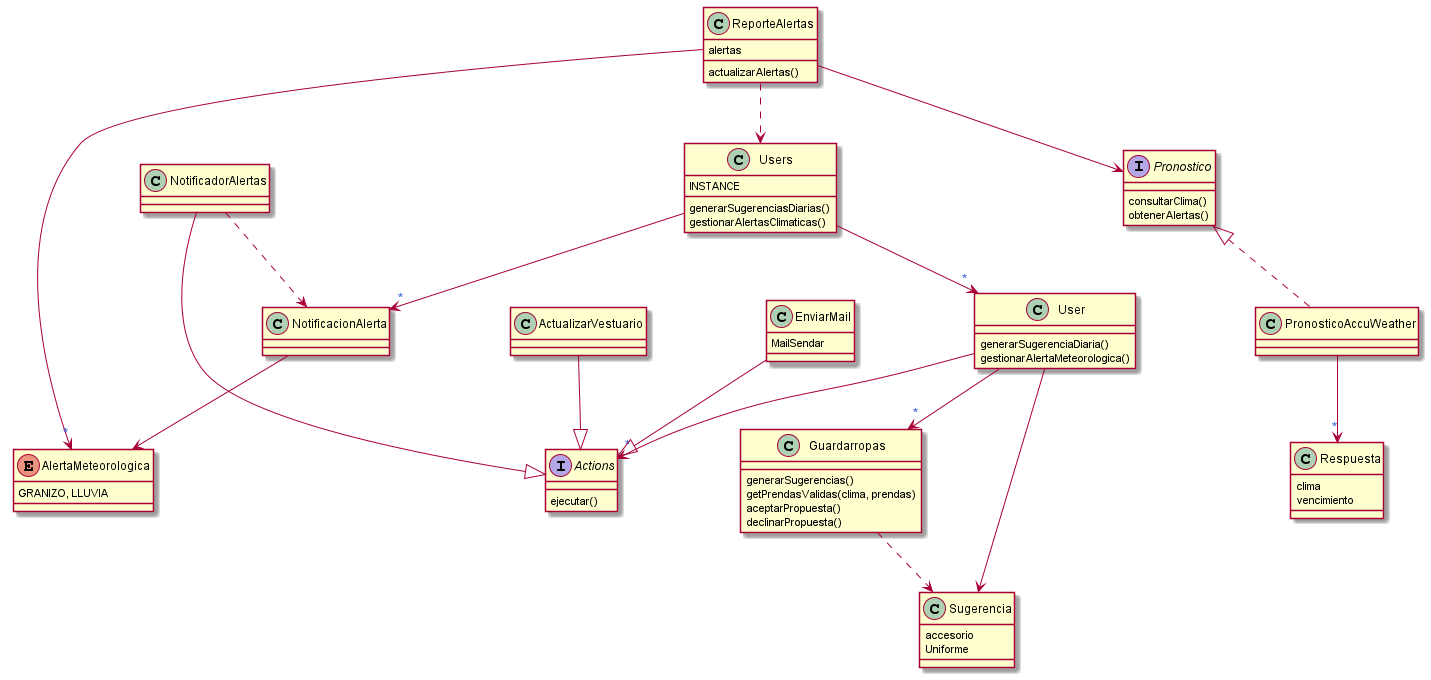
This is assets/QMP-Sexta Iteracion Principal.png from SolVarisco/QueMePongo, a PlantUML export, as it was before one commit.
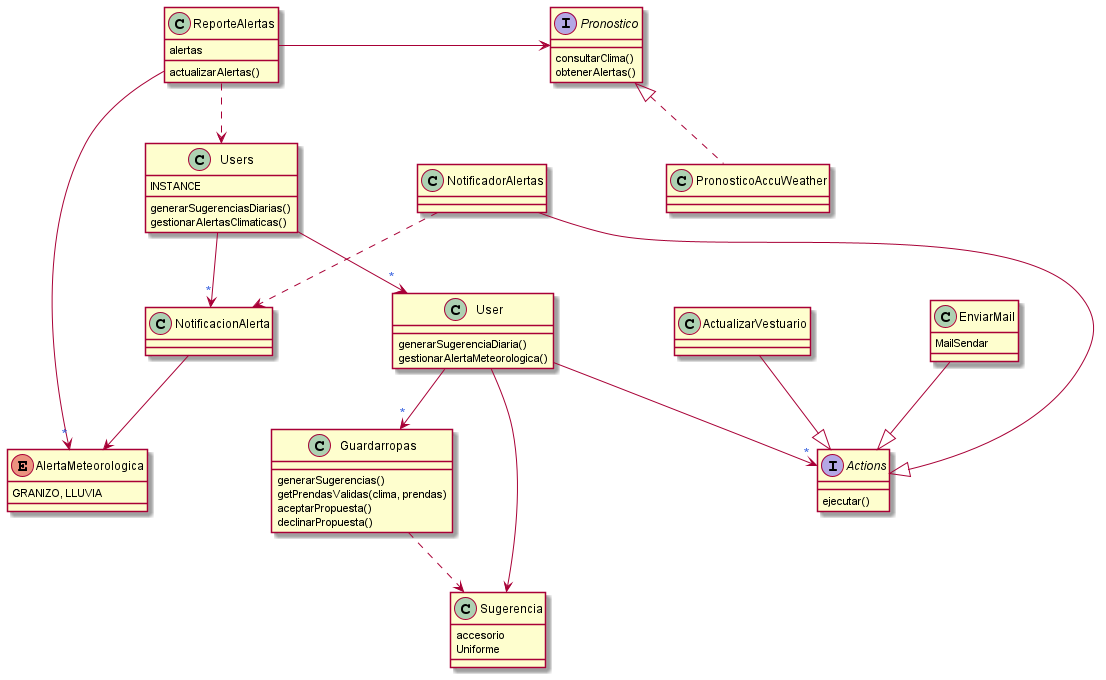
After the change.

Commit message:
acercamiento del diagrama QMP6

The edit, as a diff of the source:
```diff
@@ -6,11 +6,6 @@
 class Sugerencia {
     accesorio
     Uniforme
-}
-
-class Respuesta {
-    clima
-    vencimiento
 }
 
 class Guardarropas {
@@ -68,7 +63,6 @@
 
 Guardarropas ..> Sugerencia
 Pronostico<|..PronosticoAccuWeather
-PronosticoAccuWeather --> "*"Respuesta
 User --> "*"Guardarropas
 User --> Sugerencia
 Users --> "*" User
@@ -79,7 +73,7 @@
 ActualizarVestuario --|> Actions
 EnviarMail--|>Actions
 ReporteAlertas-->"*"AlertaMeteorologica
-ReporteAlertas-->Pronostico
+ReporteAlertas-right->Pronostico
 ReporteAlertas..>Users
 NotificacionAlerta-->AlertaMeteorologica
 
```
